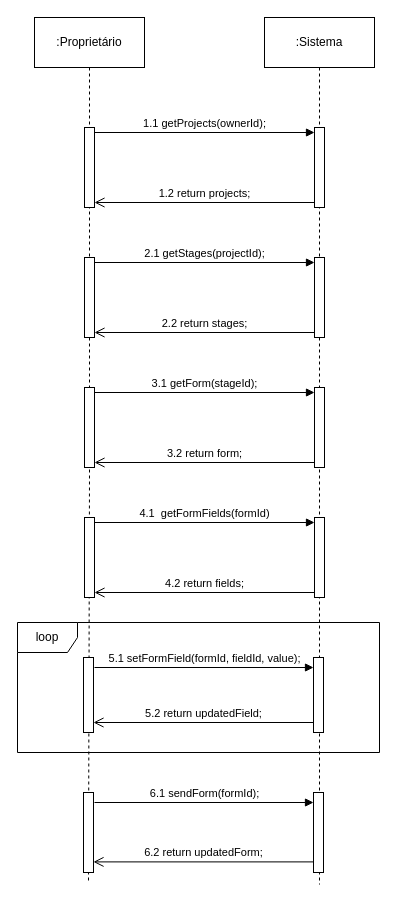
ViniciusKurek/CalculadoraAPS keeps this draw.io diagram as Trabalho final/5 - DSS/3 - Responder formulário.drawio. Above is the earlier version. Source tidied: cells renumbered, new cells numbered last; positions are measured from the earlier drawing's top-left corner, leaving out a move shared by most shapes. Both pictures are drawn from the tidied source at 100%, with x=0, y=0 at pixel (17, 17).
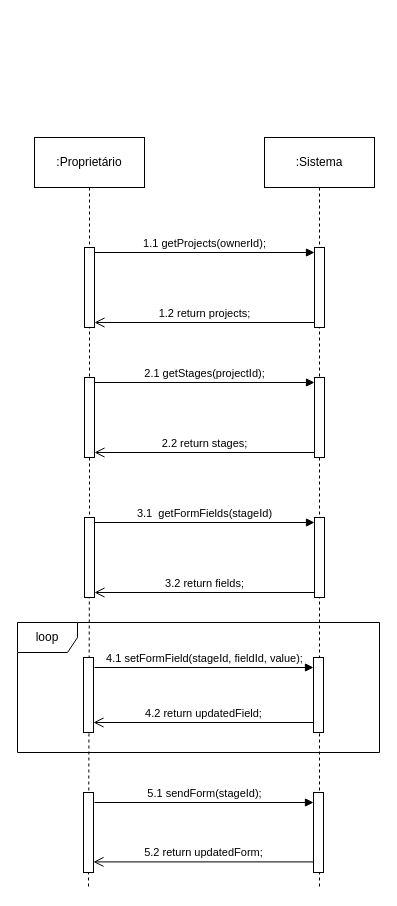
The same diagram, later.

The change refers to these unchanged cells:
```xml
<mxCell id="18" style="html=1;points=[[0,0,0,0,5],[0,1,0,0,-5],[1,0,0,0,5],[1,1,0,0,-5]];perimeter=orthogonalPerimeter;outlineConnect=0;targetShapes=umlLifeline;portConstraint=eastwest;newEdgeStyle={&quot;curved&quot;:0,&quot;rounded&quot;:0};" parent="1" vertex="1">
  <mxGeometry x="296" y="640" width="10" height="75" as="geometry" />
</mxCell>
<mxCell id="22" style="html=1;points=[[0,0,0,0,5],[0,1,0,0,-5],[1,0,0,0,5],[1,1,0,0,-5]];perimeter=orthogonalPerimeter;outlineConnect=0;targetShapes=umlLifeline;portConstraint=eastwest;newEdgeStyle={&quot;curved&quot;:0,&quot;rounded&quot;:0};" parent="1" vertex="1">
  <mxGeometry x="296" y="775" width="10" height="80" as="geometry" />
</mxCell>
<mxCell id="25" style="html=1;points=[[0,0,0,0,5],[0,1,0,0,-5],[1,0,0,0,5],[1,1,0,0,-5]];perimeter=orthogonalPerimeter;outlineConnect=0;targetShapes=umlLifeline;portConstraint=eastwest;newEdgeStyle={&quot;curved&quot;:0,&quot;rounded&quot;:0};" parent="1" vertex="1">
  <mxGeometry x="297" y="500" width="10" height="80" as="geometry" />
</mxCell>
<mxCell id="28" style="html=1;points=[[0,0,0,0,5],[0,1,0,0,-5],[1,0,0,0,5],[1,1,0,0,-5]];perimeter=orthogonalPerimeter;outlineConnect=0;targetShapes=umlLifeline;portConstraint=eastwest;newEdgeStyle={&quot;curved&quot;:0,&quot;rounded&quot;:0};" parent="1" vertex="1">
  <mxGeometry x="67" y="500" width="10" height="80" as="geometry" />
</mxCell>
```

Change to the diagram source:
```diff
@@
     <mxCell id="2" style="edgeStyle=orthogonalEdgeStyle;rounded=0;jettySize=auto;html=1;endArrow=none;endFill=0;dashed=1;" parent="1" edge="1" source="3">
       <mxGeometry relative="1" as="geometry">
-        <mxPoint x="71" y="865" as="targetPoint" />
+        <mxPoint x="71" y="870" as="targetPoint" />
       </mxGeometry>
     </mxCell>
     <mxCell id="3" value=":Proprietário" style="html=1;whiteSpace=wrap;" parent="1" vertex="1">
-      <mxGeometry x="17" width="110" height="50" as="geometry" />
+      <mxGeometry x="17" y="120" width="110" height="50" as="geometry" />
     </mxCell>
     <mxCell id="4" style="edgeStyle=orthogonalEdgeStyle;rounded=0;jettySize=auto;html=1;dashed=1;endArrow=none;endFill=0;" parent="1" edge="1" source="5">
       <mxGeometry relative="1" as="geometry">
-        <mxPoint x="302" y="867" as="targetPoint" />
+        <mxPoint x="302" y="870" as="targetPoint" />
       </mxGeometry>
     </mxCell>
     <mxCell id="5" value=":Sistema" style="html=1;whiteSpace=wrap;" parent="1" vertex="1">
-      <mxGeometry x="247" width="110" height="50" as="geometry" />
+      <mxGeometry x="247" y="120" width="110" height="50" as="geometry" />
     </mxCell>
     <mxCell id="6" style="html=1;points=[[0,0,0,0,5],[0,1,0,0,-5],[1,0,0,0,5],[1,1,0,0,-5]];perimeter=orthogonalPerimeter;outlineConnect=0;targetShapes=umlLifeline;portConstraint=eastwest;newEdgeStyle={&quot;curved&quot;:0,&quot;rounded&quot;:0};" parent="1" vertex="1">
-      <mxGeometry x="297" y="110" width="10" height="80" as="geometry" />
+      <mxGeometry x="297" y="230" width="10" height="80" as="geometry" />
     </mxCell>
@@
     <mxCell id="9" style="html=1;points=[[0,0,0,0,5],[0,1,0,0,-5],[1,0,0,0,5],[1,1,0,0,-5]];perimeter=orthogonalPerimeter;outlineConnect=0;targetShapes=umlLifeline;portConstraint=eastwest;newEdgeStyle={&quot;curved&quot;:0,&quot;rounded&quot;:0};" parent="1" vertex="1">
-      <mxGeometry x="67" y="110" width="10" height="80" as="geometry" />
+      <mxGeometry x="67" y="230" width="10" height="80" as="geometry" />
     </mxCell>
     <mxCell id="10" style="html=1;points=[[0,0,0,0,5],[0,1,0,0,-5],[1,0,0,0,5],[1,1,0,0,-5]];perimeter=orthogonalPerimeter;outlineConnect=0;targetShapes=umlLifeline;portConstraint=eastwest;newEdgeStyle={&quot;curved&quot;:0,&quot;rounded&quot;:0};" parent="1" vertex="1">
-      <mxGeometry x="297" y="240" width="10" height="80" as="geometry" />
+      <mxGeometry x="297" y="360" width="10" height="80" as="geometry" />
     </mxCell>
@@
     <mxCell id="13" style="html=1;points=[[0,0,0,0,5],[0,1,0,0,-5],[1,0,0,0,5],[1,1,0,0,-5]];perimeter=orthogonalPerimeter;outlineConnect=0;targetShapes=umlLifeline;portConstraint=eastwest;newEdgeStyle={&quot;curved&quot;:0,&quot;rounded&quot;:0};" parent="1" vertex="1">
-      <mxGeometry x="67" y="240" width="10" height="80" as="geometry" />
+      <mxGeometry x="67" y="360" width="10" height="80" as="geometry" />
     </mxCell>
-    <mxCell id="14" style="html=1;points=[[0,0,0,0,5],[0,1,0,0,-5],[1,0,0,0,5],[1,1,0,0,-5]];perimeter=orthogonalPerimeter;outlineConnect=0;targetShapes=umlLifeline;portConstraint=eastwest;newEdgeStyle={&quot;curved&quot;:0,&quot;rounded&quot;:0};" parent="1" vertex="1">
-      <mxGeometry x="297" y="370" width="10" height="80" as="geometry" />
-    </mxCell>
-    <mxCell id="15" value="3.1 getForm(stageId);" style="html=1;verticalAlign=bottom;endArrow=block;curved=0;rounded=0;entryX=0;entryY=0;entryDx=0;entryDy=5;exitX=1;exitY=0;exitDx=0;exitDy=5;exitPerimeter=0;" parent="1" edge="1" source="17" target="14">
-      <mxGeometry relative="1" as="geometry" />
-    </mxCell>
-    <mxCell id="16" value="3.2 return form;" style="html=1;verticalAlign=bottom;endArrow=open;endSize=8;curved=0;rounded=0;exitX=0;exitY=1;exitDx=0;exitDy=-5;entryX=1;entryY=1;entryDx=0;entryDy=-5;entryPerimeter=0;" parent="1" edge="1" source="14" target="17">
-      <mxGeometry relative="1" as="geometry" />
-    </mxCell>
-    <mxCell id="17" style="html=1;points=[[0,0,0,0,5],[0,1,0,0,-5],[1,0,0,0,5],[1,1,0,0,-5]];perimeter=orthogonalPerimeter;outlineConnect=0;targetShapes=umlLifeline;portConstraint=eastwest;newEdgeStyle={&quot;curved&quot;:0,&quot;rounded&quot;:0};" parent="1" vertex="1">
-      <mxGeometry x="67" y="370" width="10" height="80" as="geometry" />
-    </mxCell>
@@
-    <mxCell id="19" value="5.1 setFormField(formId, fieldId, value);" style="html=1;verticalAlign=bottom;endArrow=block;curved=0;rounded=0;" parent="1" edge="1" target="18">
+    <mxCell id="19" value="4.1 setFormField(stageId, fieldId, value);" style="html=1;verticalAlign=bottom;endArrow=block;curved=0;rounded=0;" parent="1" edge="1" target="18">
       <mxGeometry relative="1" as="geometry">
         <mxPoint x="77" y="650" as="sourcePoint" />
       </mxGeometry>
     </mxCell>
@@
-    <mxCell id="23" value="6.1 sendForm(formId);" style="html=1;verticalAlign=bottom;endArrow=block;curved=0;rounded=0;" parent="1" edge="1" target="22">
+    <mxCell id="23" value="5.1 sendForm(stageId);" style="html=1;verticalAlign=bottom;endArrow=block;curved=0;rounded=0;" parent="1" edge="1" target="22">
       <mxGeometry relative="1" as="geometry">
         <mxPoint x="77" y="785" as="sourcePoint" />
       </mxGeometry>
     </mxCell>
@@
-    <mxCell id="26" value="4.1&amp;nbsp; getFormFields(formId)" style="html=1;verticalAlign=bottom;endArrow=block;curved=0;rounded=0;entryX=0;entryY=0;entryDx=0;entryDy=5;exitX=1;exitY=0;exitDx=0;exitDy=5;exitPerimeter=0;" parent="1" edge="1" source="28" target="25">
+    <mxCell id="26" value="3.1&amp;nbsp; getFormFields(stageId)" style="html=1;verticalAlign=bottom;endArrow=block;curved=0;rounded=0;entryX=0;entryY=0;entryDx=0;entryDy=5;exitX=1;exitY=0;exitDx=0;exitDy=5;exitPerimeter=0;" parent="1" edge="1" source="28" target="25">
       <mxGeometry relative="1" as="geometry" />
     </mxCell>
-    <mxCell id="27" value="4.2 return fields;" style="html=1;verticalAlign=bottom;endArrow=open;endSize=8;curved=0;rounded=0;exitX=0;exitY=1;exitDx=0;exitDy=-5;entryX=1;entryY=1;entryDx=0;entryDy=-5;entryPerimeter=0;" parent="1" edge="1" source="25" target="28">
+    <mxCell id="27" value="3.2 return fields;" style="html=1;verticalAlign=bottom;endArrow=open;endSize=8;curved=0;rounded=0;exitX=0;exitY=1;exitDx=0;exitDy=-5;entryX=1;entryY=1;entryDx=0;entryDy=-5;entryPerimeter=0;" parent="1" edge="1" source="25" target="28">
       <mxGeometry relative="1" as="geometry" />
     </mxCell>
@@
-    <mxCell id="29" value="5.2 return updatedField;" style="html=1;verticalAlign=bottom;endArrow=open;endSize=8;curved=0;rounded=0;exitX=0;exitY=1;exitDx=0;exitDy=-5;entryX=1;entryY=1;entryDx=0;entryDy=-5;entryPerimeter=0;" parent="1" edge="1">
+    <mxCell id="29" value="4.2 return updatedField;" style="html=1;verticalAlign=bottom;endArrow=open;endSize=8;curved=0;rounded=0;exitX=0;exitY=1;exitDx=0;exitDy=-5;entryX=1;entryY=1;entryDx=0;entryDy=-5;entryPerimeter=0;" parent="1" edge="1">
       <mxGeometry relative="1" as="geometry">
         <mxPoint x="296" y="705" as="sourcePoint" />
         <mxPoint x="76" y="705" as="targetPoint" />
       </mxGeometry>
     </mxCell>
-    <mxCell id="30" value="6.2 return updatedForm;" style="html=1;verticalAlign=bottom;endArrow=open;endSize=8;curved=0;rounded=0;exitX=0;exitY=1;exitDx=0;exitDy=-5;entryX=1;entryY=1;entryDx=0;entryDy=-5;entryPerimeter=0;" parent="1" edge="1">
+    <mxCell id="30" value="5.2 return updatedForm;" style="html=1;verticalAlign=bottom;endArrow=open;endSize=8;curved=0;rounded=0;exitX=0;exitY=1;exitDx=0;exitDy=-5;entryX=1;entryY=1;entryDx=0;entryDy=-5;entryPerimeter=0;" parent="1" edge="1">
       <mxGeometry relative="1" as="geometry">
         <mxPoint x="296" y="844.4" as="sourcePoint" />
         <mxPoint x="76" y="844.4" as="targetPoint" />
       </mxGeometry>
     </mxCell>
```
